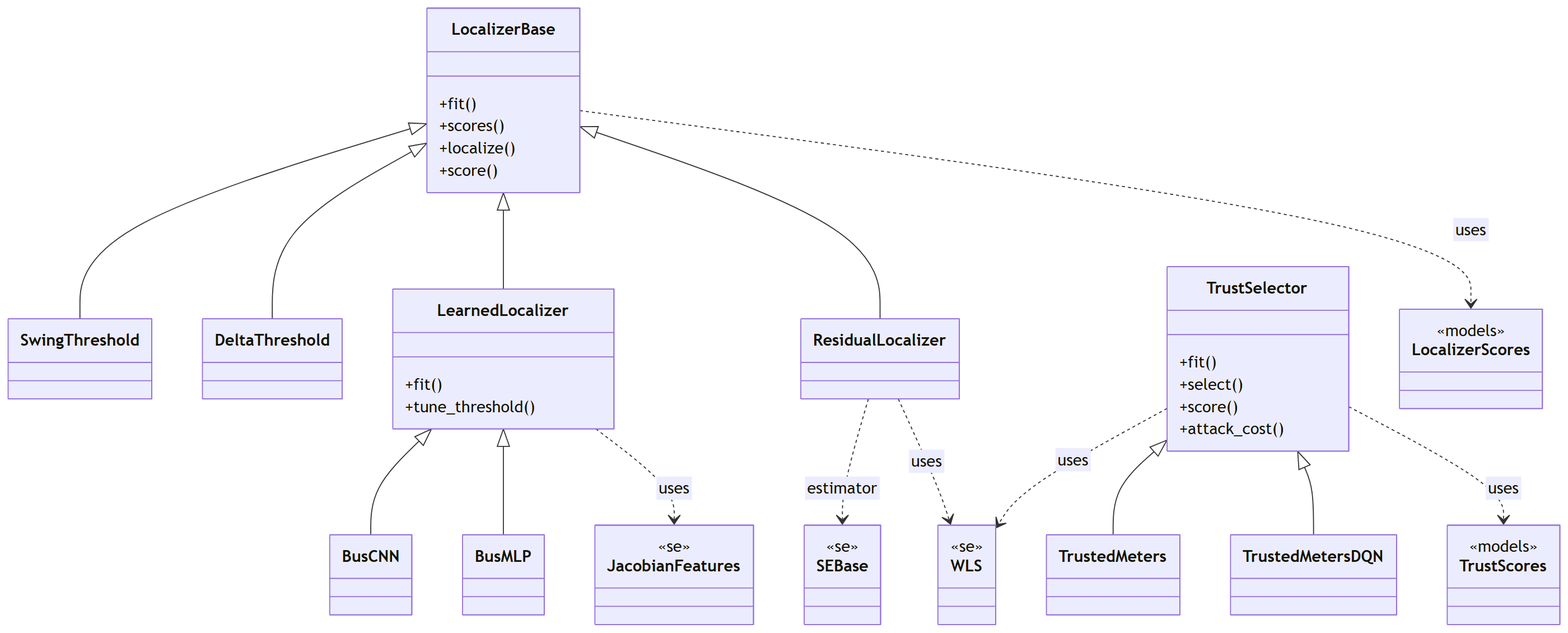
Before: docs/figures/diagrams/classes_localization_trust.png, a diagram exported from Mermaid (myersben9/fdia-graph). Its source is kept beside it as docs/figures/diagrams/classes_localization_trust.mmd.
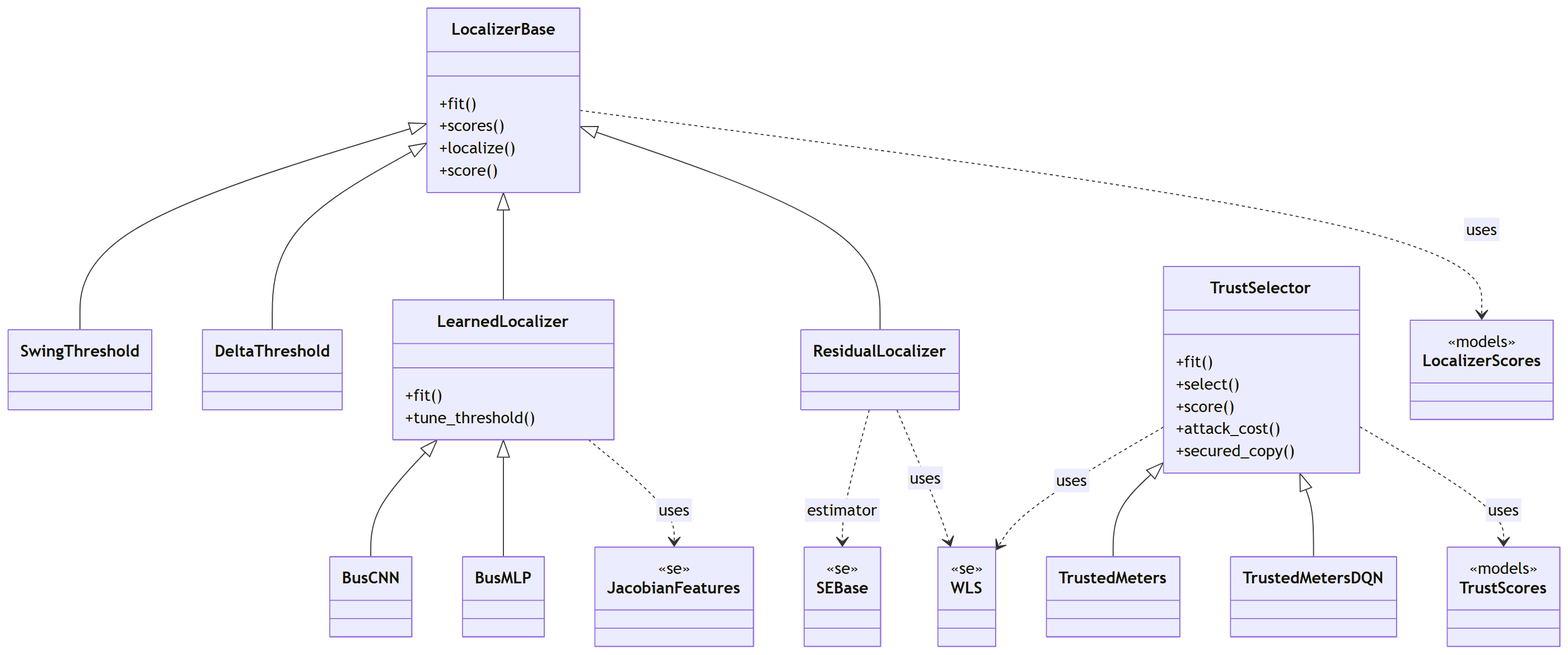
The same diagram one commit later.

What changed in the source:
```diff
@@ -24,6 +24,7 @@
         +select()
         +score()
         +attack_cost()
+        +secured_copy()
     }
     class TrustedMeters {
     }
```
